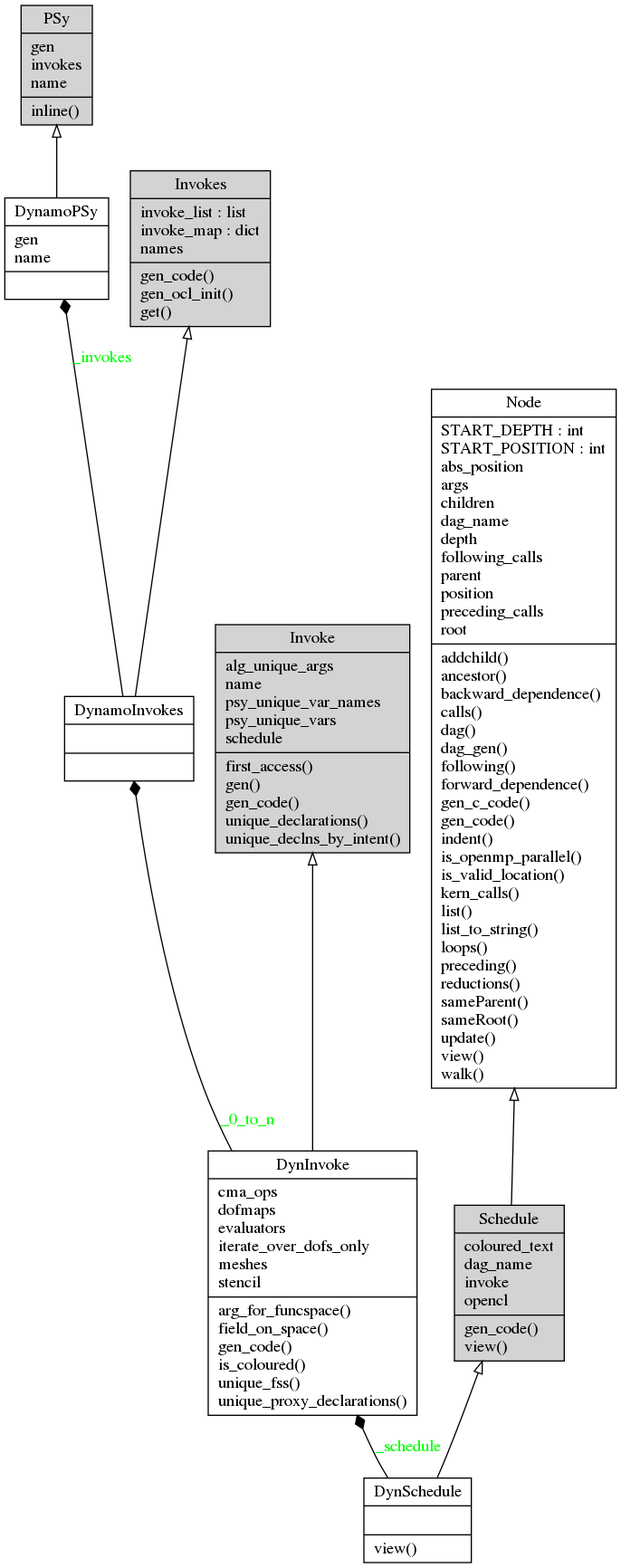
Earlier version of the Graphviz export doc/dynamo0p3_topclasses.png (stfc/PSyclone). Its source is kept beside it as doc/dynamo0p3_topclasses.dot.
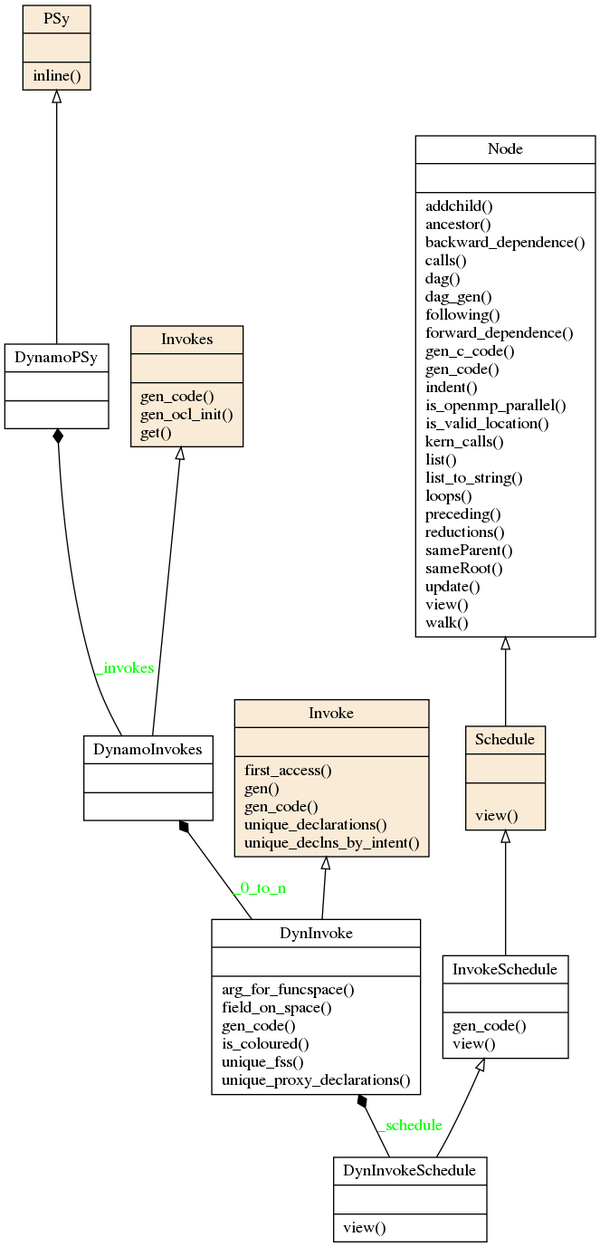
The same diagram one commit later.

Commit message:
pr #334. Updated diagram and removed spurious tk methods after merge.

What changed in the source:
```diff
@@ -2,23 +2,25 @@
 charset="utf-8"
 rankdir=BT
 
-"12" [label="{DynInvoke|cma_ops\ldofmaps\levaluators\literate_over_dofs_only\lmeshes\lstencil\l|arg_for_funcspace()\lfield_on_space()\lgen_code()\lis_coloured()\lunique_fss()\lunique_proxy_declarations()\l}", shape="record"];
-"24" [label="{DynSchedule|\l|view()\l}", shape="record"];
+"12" [label="{DynInvoke|\l|arg_for_funcspace()\lfield_on_space()\lgen_code()\lis_coloured()\lunique_fss()\lunique_proxy_declarations()\l}", shape="record"];
+"16" [label="{DynInvokeSchedule|\l|view()\l}", shape="record"];
 "26" [label="{DynamoInvokes|\l|}", shape="record"];
-"27" [label="{DynamoPSy|gen\lname\l|}", shape="record"];
-"44" [label="{Node|START_DEPTH : int\lSTART_POSITION : int\labs_position\largs\lchildren\ldag_name\ldepth\lfollowing_calls\lparent\lposition\lpreceding_calls\lroot\l|addchild()\lancestor()\lbackward_dependence()\lcalls()\ldag()\ldag_gen()\lfollowing()\lforward_dependence()\lgen_c_code()\lgen_code()\lindent()\lis_openmp_parallel()\lis_valid_location()\lkern_calls()\llist()\llist_to_string()\lloops()\lpreceding()\lreductions()\lsameParent()\lsameRoot()\lupdate()\lview()\lwalk()\l}", shape="record"];
-"36" [label="{Invoke|alg_unique_args\lname\lpsy_unique_var_names\lpsy_unique_vars\lschedule\l|first_access()\lgen()\lgen_code()\lunique_declarations()\lunique_declns_by_intent()\l}", shape="record", style="filled"];
-"37" [label="{Invokes|invoke_list : list\linvoke_map : dict\lnames\l|gen_code()\lgen_ocl_init()\lget()\l}", shape="record", style="filled"];
-"46" [label="{Schedule|coloured_text\ldag_name\linvoke\lopencl\l|gen_code()\lview()\l}", shape="record", style="filled"];
-"45" [label="{PSy|gen\linvokes\lname\l|inline()\l}", shape="record", style="filled"];
+"27" [label="{DynamoPSy|\l|}", shape="record"];
+"36" [label="{Invoke|\l|first_access()\lgen()\lgen_code()\lunique_declarations()\lunique_declns_by_intent()\l}", shape="record", style=filled, fillcolor="antiquewhite"];
+"37" [label="{InvokeSchedule|\l|gen_code()\lview()\l}", shape="record"];
+"38" [label="{Invokes|\l|gen_code()\lgen_ocl_init()\lget()\l}", shape="record", style=filled, fillcolor="antiquewhite"];
+"45" [label="{Node|\l|addchild()\lancestor()\lbackward_dependence()\lcalls()\ldag()\ldag_gen()\lfollowing()\lforward_dependence()\lgen_c_code()\lgen_code()\lindent()\lis_openmp_parallel()\lis_valid_location()\lkern_calls()\llist()\llist_to_string()\lloops()\lpreceding()\lreductions()\lsameParent()\lsameRoot()\lupdate()\lview()\lwalk()\l}", shape="record"];
+"46" [label="{PSy|\l|inline()\l}", shape="record", style=filled, fillcolor="antiquewhite"];
+"47" [label="{Schedule|\l|\lview()\l}", shape="record", style=filled, fillcolor="antiquewhite"];
 
-"27" -> "45" [arrowhead="empty", arrowtail="none"];
-"26" -> "37" [arrowhead="empty", arrowtail="none"];
-"26" -> "27" [arrowhead="diamond", arrowtail="none", fontcolor="green", label="_invokes", style="solid"];
 "12" -> "36" [arrowhead="empty", arrowtail="none"];
 "12" -> "26" [arrowhead="diamond", arrowtail="none", fontcolor="green", label="_0_to_n", style="solid"];
-"24" -> "46" [arrowhead="empty", arrowtail="none"];
-"24" -> "12" [arrowhead="diamond", arrowtail="none", fontcolor="green", label="_schedule", style="solid"];
-"46" -> "44" [arrowhead="empty", arrowtail="none"];
+"16" -> "37" [arrowhead="empty", arrowtail="none"];
+"16" -> "12" [arrowhead="diamond", arrowtail="none", fontcolor="green", label="_schedule", style="solid"];
+"26" -> "38" [arrowhead="empty", arrowtail="none"];
+"26" -> "27" [arrowhead="diamond", arrowtail="none", fontcolor="green", label="_invokes", style="solid"];
+"27" -> "46" [arrowhead="empty", arrowtail="none"];
+"37" -> "47" [arrowhead="empty", arrowtail="none"];
+"47" -> "45" [arrowhead="empty", arrowtail="none"];
 
 }
```
